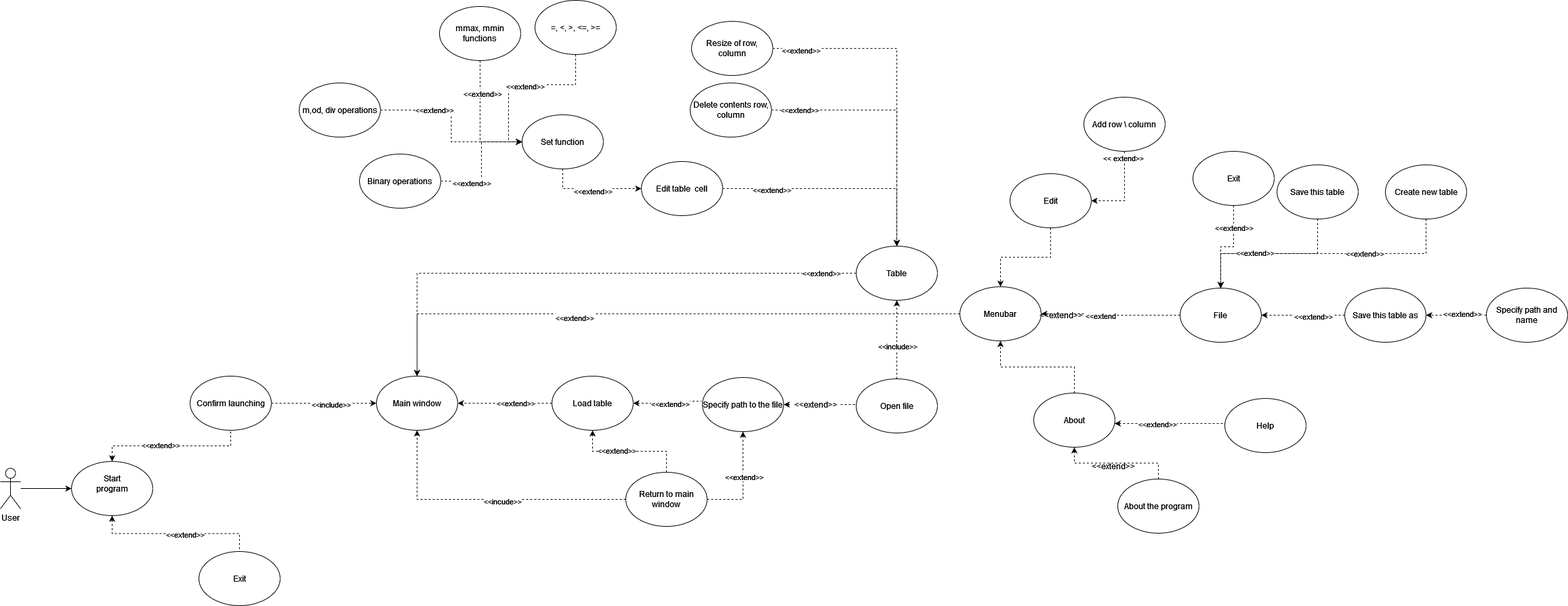
Before: diagrams/use case-Use case.drawio.png, a diagram exported from draw.io (lannahirave/VExcel). Source tidied: cells renumbered, new cells last; positions are measured from the earlier drawing's top-left corner, leaving out a move shared by most shapes.
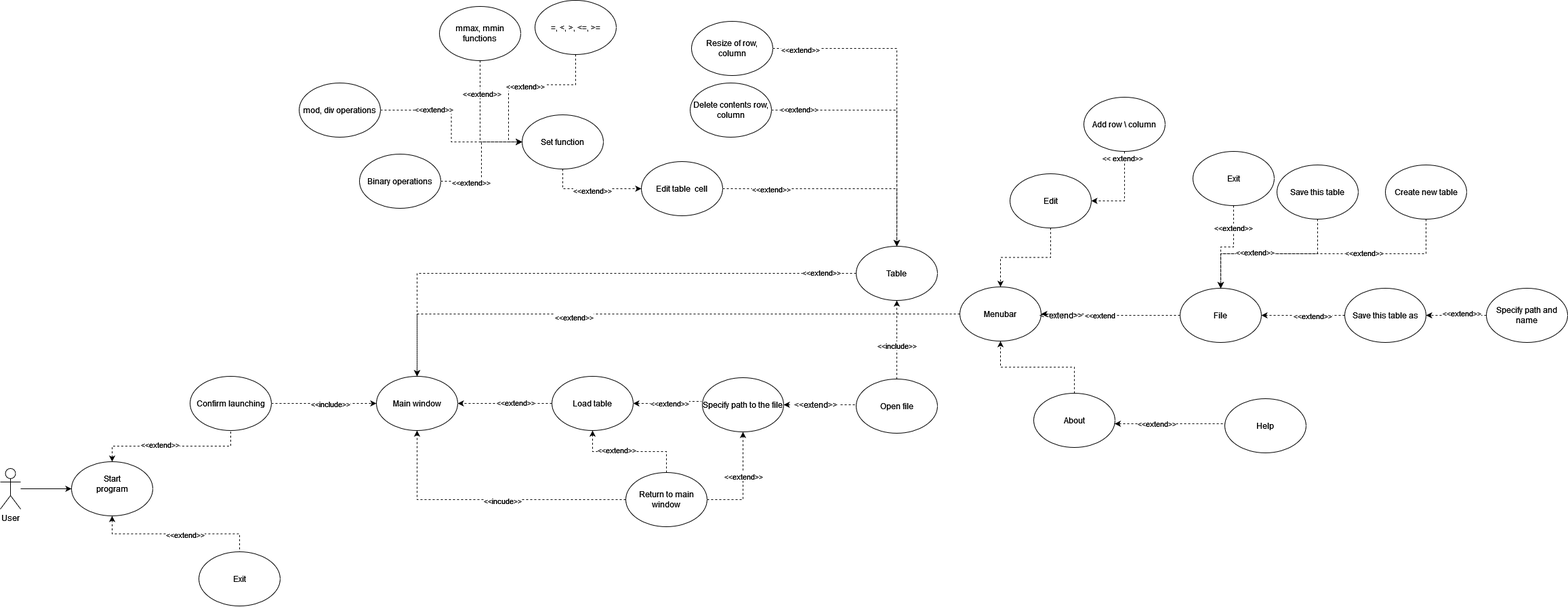
After the commit.

Commit message:
Update use case

The edit, as a diff of the source:
```diff
@@ -154,7 +154,7 @@
     <mxCell id="51" value="&amp;lt;&amp;lt;extend&amp;gt;&amp;gt;" style="edgeLabel;html=1;align=center;verticalAlign=middle;" parent="50" vertex="1">
       <mxGeometry x="-0.39" y="1" relative="1" as="geometry" />
     </mxCell>
-    <mxCell id="52" value="m,od, div operations" style="ellipse;whiteSpace=wrap;html=1;" parent="1" vertex="1">
+    <mxCell id="52" value="mod, div operations" style="ellipse;whiteSpace=wrap;html=1;" parent="1" vertex="1">
       <mxGeometry x="441" y="122" width="120" height="80" as="geometry" />
     </mxCell>
     <mxCell id="53" style="edgeStyle=orthogonalEdgeStyle;rounded=0;jettySize=auto;html=1;exitX=0.5;exitY=1;exitDx=0;exitDy=0;entryX=0;entryY=0.5;entryDx=0;entryDy=0;dashed=1;" parent="1" edge="1" source="55" target="43">
@@ -271,15 +271,6 @@
     <mxCell id="88" value="Help" style="ellipse;whiteSpace=wrap;html=1;" parent="1" vertex="1">
       <mxGeometry x="1807" y="588" width="120" height="80" as="geometry" />
     </mxCell>
-    <mxCell id="89" style="edgeStyle=orthogonalEdgeStyle;rounded=0;jettySize=auto;html=1;exitX=0.5;exitY=0;exitDx=0;exitDy=0;entryX=0.5;entryY=1;entryDx=0;entryDy=0;dashed=1;" parent="1" edge="1" source="90" target="84">
-      <mxGeometry relative="1" as="geometry" />
-    </mxCell>
-    <mxCell id="90" value="About the program" style="ellipse;whiteSpace=wrap;html=1;" parent="1" vertex="1">
-      <mxGeometry x="1649" y="707" width="120" height="80" as="geometry" />
-    </mxCell>
-    <mxCell id="91" value="&amp;lt;&amp;lt;extend&amp;gt;&amp;gt;" style="text;html=1;align=center;verticalAlign=middle;strokeColor=none;fillColor=none;" parent="1" vertex="1">
-      <mxGeometry x="1605" y="679" width="74" height="18" as="geometry" />
-    </mxCell>
     <mxCell id="92" style="edgeStyle=orthogonalEdgeStyle;rounded=0;jettySize=auto;html=1;exitX=0.5;exitY=1;exitDx=0;exitDy=0;entryX=1;entryY=0.5;entryDx=0;entryDy=0;dashed=1;" parent="1" edge="1" source="94" target="96">
       <mxGeometry relative="1" as="geometry" />
     </mxCell>
```
